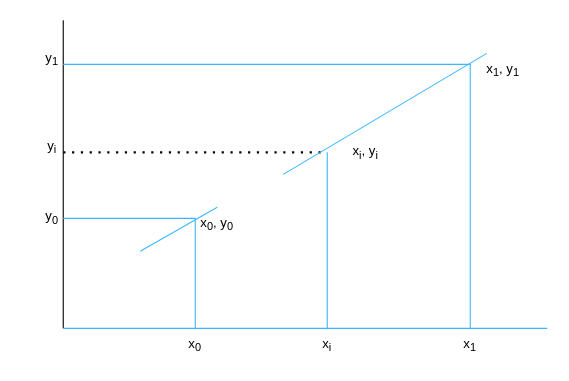
absheriff/charts keeps this draw.io diagram as page "interpolation algorith" (4 of 6) of Untitled Diagram.drawio. Above is the earlier version. Source tidied: cells renumbered, new cells numbered last; positions are measured from the earlier drawing's top-left corner, leaving out a move shared by most shapes. Both pictures are drawn from the tidied source at 110%, with x=0, y=0 at pixel (19, 20).
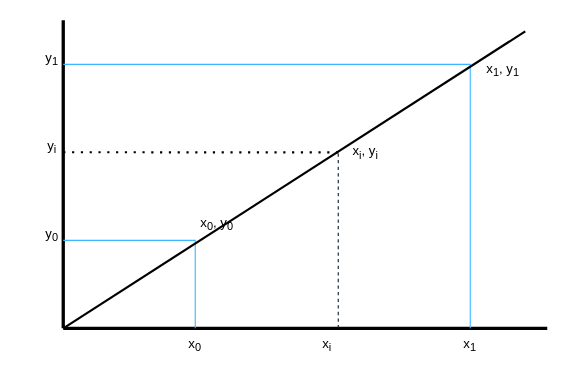
The same page after the edit.

The change refers to these unchanged cells:
```xml
<mxCell id="10" value="x&lt;sub&gt;1&lt;/sub&gt;, y&lt;sub&gt;1&lt;/sub&gt;" style="text;html=1;strokeColor=none;fillColor=none;align=center;verticalAlign=middle;whiteSpace=wrap;rounded=0;" parent="1" vertex="1">
  <mxGeometry x="410" y="30" width="60" height="30" as="geometry" />
</mxCell>
<mxCell id="12" value="x&lt;sub&gt;0&lt;/sub&gt;, y&lt;sub&gt;0&lt;/sub&gt;" style="text;html=1;strokeColor=none;fillColor=none;align=center;verticalAlign=middle;whiteSpace=wrap;rounded=0;" parent="1" vertex="1">
  <mxGeometry x="150" y="170" width="60" height="30" as="geometry" />
</mxCell>
```

The edit, as a diff of the source:
```diff
@@
-    <mxCell id="2" style="endArrow=none;html=1;rounded=0;" parent="1" edge="1">
+    <mxCell id="2" style="endArrow=none;html=1;rounded=0;strokeColor=#000000;strokeWidth=3;" parent="1" edge="1">
       <mxGeometry relative="1" as="geometry">
         <mxPoint x="40" y="280" as="sourcePoint" />
         <mxPoint x="40" as="targetPoint" />
       </mxGeometry>
     </mxCell>
-    <mxCell id="3" style="endArrow=none;html=1;rounded=0;strokeColor=#3BB7FF;" parent="1" edge="1">
+    <mxCell id="3" style="endArrow=none;html=1;rounded=0;strokeColor=#000000;strokeWidth=3;" parent="1" edge="1">
       <mxGeometry relative="1" as="geometry">
         <mxPoint x="40" y="280" as="sourcePoint" />
         <mxPoint x="480" y="280" as="targetPoint" />
       </mxGeometry>
     </mxCell>
     <mxCell id="4" style="endArrow=none;html=1;rounded=0;strokeColor=#3BB7FF;" parent="1" edge="1">
       <mxGeometry relative="1" as="geometry">
-        <mxPoint x="40" y="180" as="sourcePoint" />
+        <mxPoint x="40" y="200" as="sourcePoint" />
         <mxPoint x="160" y="280" as="targetPoint" />
         <Array as="points">
-          <mxPoint x="160" y="180" />
+          <mxPoint x="160" y="200" />
         </Array>
       </mxGeometry>
     </mxCell>
@@
-    <mxCell id="6" style="endArrow=none;html=1;rounded=0;strokeColor=#3BB7FF;" parent="1" edge="1">
+    <mxCell id="6" style="endArrow=none;html=1;rounded=0;strokeColor=#091B26;dashed=1;" parent="1" edge="1">
       <mxGeometry relative="1" as="geometry">
-        <mxPoint x="280" y="280" as="sourcePoint" />
-        <mxPoint x="280" y="120" as="targetPoint" />
+        <mxPoint x="290" y="280" as="sourcePoint" />
+        <mxPoint x="290" y="120" as="targetPoint" />
       </mxGeometry>
     </mxCell>
     <mxCell id="7" style="endArrow=none;dashed=1;html=1;dashPattern=1 3;strokeWidth=2;rounded=0;" parent="1" edge="1">
       <mxGeometry relative="1" as="geometry">
-        <mxPoint x="40" y="120" as="sourcePoint" />
-        <mxPoint x="280" y="120" as="targetPoint" />
+        <mxPoint x="40" y="119.9" as="sourcePoint" />
+        <mxPoint x="290" y="120" as="targetPoint" />
       </mxGeometry>
     </mxCell>
-    <mxCell id="8" style="endArrow=none;html=1;rounded=0;entryX=0.5;entryY=0;entryDx=0;entryDy=0;strokeColor=#3BB7FF;" parent="1" edge="1" target="12">
-      <mxGeometry relative="1" as="geometry">
-        <mxPoint x="110" y="210" as="sourcePoint" />
-      </mxGeometry>
-    </mxCell>
-    <mxCell id="9" style="endArrow=none;html=1;rounded=0;strokeColor=#3BB7FF;entryX=0.25;entryY=0;entryDx=0;entryDy=0;" parent="1" edge="1" target="10">
-      <mxGeometry relative="1" as="geometry">
-        <mxPoint x="240" y="140" as="sourcePoint" />
-      </mxGeometry>
-    </mxCell>
@@
     <mxCell id="15" value="y&lt;sub&gt;0&lt;/sub&gt;" style="text;html=1;strokeColor=none;fillColor=none;align=center;verticalAlign=middle;whiteSpace=wrap;rounded=0;" parent="1" vertex="1">
-      <mxGeometry y="164" width="60" height="30" as="geometry" />
+      <mxGeometry y="180" width="60" height="30" as="geometry" />
     </mxCell>
@@
+    <mxCell id="19" style="endArrow=none;html=1;rounded=0;fontSize=12;startSize=8;endSize=8;curved=1;strokeWidth=2;" parent="1" edge="1">
+      <mxGeometry relative="1" as="geometry">
+        <mxPoint x="40" y="280" as="sourcePoint" />
+        <mxPoint x="460" y="10" as="targetPoint" />
+      </mxGeometry>
+    </mxCell>
```
